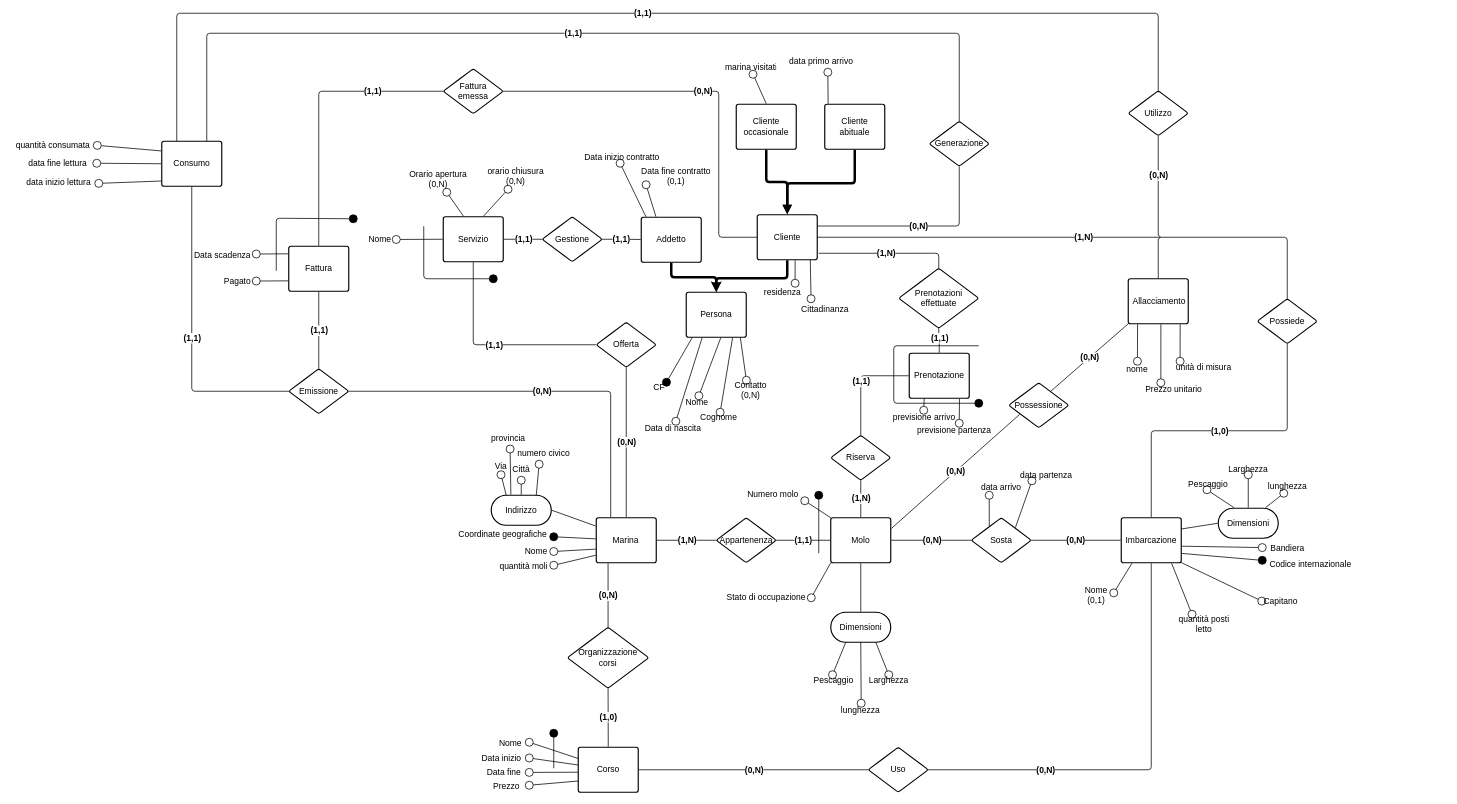
This is page "Concettuale" (1 of 3) of src_relazione_tex/Er.drawio from alessandro-massarenti/Progetto-basi-di-dati-2022, a draw.io file, before an edit. Source tidied: cells renumbered, new cells numbered last; positions are measured from the earlier drawing's top-left corner, leaving out a move shared by most shapes. Both pictures are drawn from the tidied source at 50%, with x=0, y=0 at pixel (8, 13).
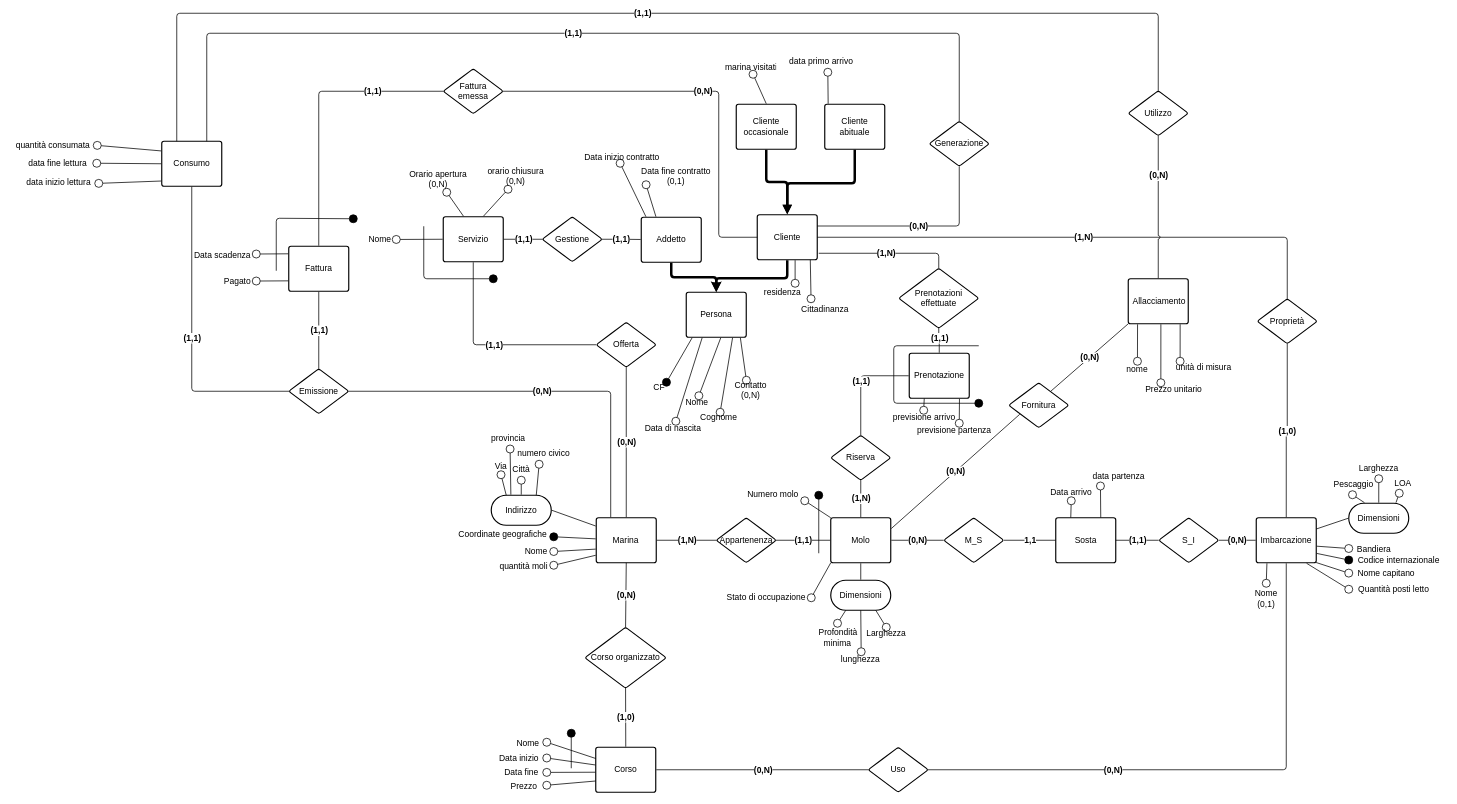
The same diagram, later.

The change refers to these unchanged cells:
```xml
<mxCell id="41" value="Marina" style="html=1;overflow=block;blockSpacing=1;fontSize=17;fontColor=#000000;spacing=9;strokeColor=#000000;strokeOpacity=100;rounded=1;absoluteArcSize=1;arcSize=9;strokeWidth=2.3;" parent="1" vertex="1">
  <mxGeometry x="1175" y="1009" width="120" height="90" as="geometry" />
</mxCell>
<mxCell id="42" value="Molo" style="html=1;overflow=block;blockSpacing=1;whiteSpace=wrap;fontSize=17;fontColor=#000000;spacing=9;strokeColor=#000000;strokeOpacity=100;rounded=1;absoluteArcSize=1;arcSize=9;strokeWidth=2.3;" parent="1" vertex="1">
  <mxGeometry x="1644" y="1009" width="120" height="90" as="geometry" />
</mxCell>
```

Diff of the diagram source:
```diff
@@
     <mxCell id="4" value="Codice internazionale" style="html=1;overflow=block;blockSpacing=1;whiteSpace=wrap;fontSize=17;fontColor=#000000;spacing=0;fillColor=none;strokeWidth=1.5;strokeColor=none;verticalAlign=middle;" parent="1" vertex="1">
-      <mxGeometry x="2507" y="1089" width="193" height="27" as="geometry" />
+      <mxGeometry x="2680" y="1080" width="200" height="27" as="geometry" />
     </mxCell>
@@
     <mxCell id="8" value="Data fine" style="html=1;overflow=block;blockSpacing=1;whiteSpace=wrap;fontSize=17;fontColor=#000000;spacing=0;fillColor=none;strokeWidth=1.5;strokeColor=none;" parent="1" vertex="1">
-      <mxGeometry x="940" y="1505" width="101" height="26" as="geometry" />
+      <mxGeometry x="975" y="1505" width="101" height="26" as="geometry" />
     </mxCell>
@@
-    <mxCell id="11" value="Capitano" style="html=1;overflow=block;blockSpacing=1;whiteSpace=wrap;fontSize=17;fontColor=#000000;spacing=0;fillColor=none;strokeWidth=1.5;strokeColor=none;" parent="1" vertex="1">
-      <mxGeometry x="2506" y="1163" width="76" height="27" as="geometry" />
+    <mxCell id="11" value="Nome capitano" style="html=1;overflow=block;blockSpacing=1;whiteSpace=wrap;fontSize=17;fontColor=#000000;spacing=0;fillColor=none;strokeWidth=1.5;strokeColor=none;" parent="1" vertex="1">
+      <mxGeometry x="2680" y="1107" width="150" height="27" as="geometry" />
     </mxCell>
     <mxCell id="12" value="Prezzo" style="html=1;overflow=block;blockSpacing=1;whiteSpace=wrap;fontSize=17;fontColor=#000000;spacing=0;fillColor=none;strokeWidth=1.5;strokeColor=none;" parent="1" vertex="1">
-      <mxGeometry x="950" y="1535" width="91" height="18" as="geometry" />
+      <mxGeometry x="985" y="1535" width="91" height="18" as="geometry" />
     </mxCell>
@@
-    <mxCell id="15" value="data arrivo" style="html=1;overflow=block;blockSpacing=1;whiteSpace=wrap;fontSize=17;fontColor=#000000;spacing=0;fillColor=none;strokeWidth=1.5;strokeColor=none;" parent="1" vertex="1">
-      <mxGeometry x="1940" y="934" width="90" height="30" as="geometry" />
+    <mxCell id="15" value="Data arrivo" style="html=1;overflow=block;blockSpacing=1;whiteSpace=wrap;fontSize=17;fontColor=#000000;spacing=0;fillColor=none;strokeWidth=1.5;strokeColor=none;" parent="1" vertex="1">
+      <mxGeometry x="2080" y="940" width="90" height="35" as="geometry" />
     </mxCell>
@@
-    <mxCell id="19" value="quantità posti letto" style="html=1;overflow=block;blockSpacing=1;whiteSpace=wrap;fontSize=17;fontColor=#000000;spacing=0;fillColor=none;strokeWidth=1.5;strokeColor=none;" parent="1" vertex="1">
-      <mxGeometry x="2322" y="1202" width="137" height="22" as="geometry" />
+    <mxCell id="19" value="Quantità posti letto" style="html=1;overflow=block;blockSpacing=1;whiteSpace=wrap;fontSize=17;fontColor=#000000;spacing=0;fillColor=none;strokeWidth=1.5;strokeColor=none;" parent="1" vertex="1">
+      <mxGeometry x="2680" y="1140" width="180" height="24" as="geometry" />
     </mxCell>
@@
     <mxCell id="26" value="Bandiera" style="html=1;overflow=block;blockSpacing=1;whiteSpace=wrap;fontSize=17;fontColor=#000000;spacing=0;fillColor=none;strokeWidth=1.5;strokeColor=none;" parent="1" vertex="1">
-      <mxGeometry x="2507" y="1050" width="101" height="39" as="geometry" />
+      <mxGeometry x="2680" y="1061" width="101" height="19" as="geometry" />
     </mxCell>
@@
     <mxCell id="29" value="Data inizio" style="html=1;overflow=block;blockSpacing=1;whiteSpace=wrap;fontSize=17;fontColor=#000000;spacing=0;fillColor=none;strokeWidth=1.5;strokeColor=none;" parent="1" vertex="1">
-      <mxGeometry x="930" y="1475" width="111" height="29" as="geometry" />
+      <mxGeometry x="965" y="1475" width="111" height="29" as="geometry" />
     </mxCell>
@@
     <mxCell id="31" value="Nome" style="overflow=block;blockSpacing=1;fontSize=17;fontColor=default;spacing=0;fillColor=none;strokeWidth=1.5;strokeColor=none;labelBackgroundColor=none;labelBorderColor=none;" parent="1" vertex="1">
-      <mxGeometry x="966" y="1448" width="75" height="20" as="geometry" />
+      <mxGeometry x="1001" y="1448" width="75" height="20" as="geometry" />
     </mxCell>
@@
     <mxCell id="34" value="Nome&#10;(0,1)" style="html=1;overflow=block;blockSpacing=1;whiteSpace=wrap;fontSize=17;fontColor=#000000;spacing=0;fillColor=none;strokeWidth=1.5;strokeColor=none;" parent="1" vertex="1">
-      <mxGeometry x="2140" y="1144" width="70" height="40" as="geometry" />
+      <mxGeometry x="2480" y="1140" width="70" height="61" as="geometry" />
     </mxCell>
@@
     <mxCell id="36" value="data partenza" style="html=1;overflow=block;blockSpacing=1;whiteSpace=wrap;fontSize=17;fontColor=#000000;spacing=0;fillColor=none;strokeWidth=1.5;strokeColor=none;" parent="1" vertex="1">
-      <mxGeometry x="2015" y="912" width="120" height="23" as="geometry" />
+      <mxGeometry x="2160" y="910" width="120" height="33" as="geometry" />
     </mxCell>
@@
     <mxCell id="40" value="lunghezza" style="html=1;overflow=block;blockSpacing=1;whiteSpace=wrap;fontSize=17;fontColor=#000000;spacing=0;fillColor=none;strokeWidth=1.5;strokeColor=none;" parent="1" vertex="1">
-      <mxGeometry x="1655" y="1380" width="97" height="29" as="geometry" />
+      <mxGeometry x="1655" y="1277" width="97" height="29" as="geometry" />
     </mxCell>
@@
     <mxCell id="44" value="Imbarcazione" style="html=1;overflow=block;blockSpacing=1;whiteSpace=wrap;fontSize=17;fontColor=#000000;spacing=9;strokeColor=#000000;strokeOpacity=100;rounded=1;absoluteArcSize=1;arcSize=9;strokeWidth=2.3;" parent="1" vertex="1">
-      <mxGeometry x="2225" y="1009" width="120" height="90" as="geometry" />
+      <mxGeometry x="2495" y="1009" width="120" height="90" as="geometry" />
     </mxCell>
@@
     <mxCell id="48" value="Corso" style="html=1;overflow=block;blockSpacing=1;whiteSpace=wrap;fontSize=17;fontColor=#000000;spacing=9;strokeColor=#000000;strokeOpacity=100;rounded=1;absoluteArcSize=1;arcSize=9;strokeWidth=2.3;" parent="1" vertex="1">
-      <mxGeometry x="1139" y="1468" width="120" height="90" as="geometry" />
+      <mxGeometry x="1174" y="1468" width="120" height="90" as="geometry" />
     </mxCell>
@@
     <mxCell id="54" value="Dimensioni" style="html=1;overflow=block;blockSpacing=1;whiteSpace=wrap;rounded=1;arcSize=50;fontSize=17;fontColor=#000000;spacing=3.8;strokeColor=#000000;strokeOpacity=100;strokeWidth=2.3;" parent="1" vertex="1">
-      <mxGeometry x="1644" y="1198" width="120" height="60" as="geometry" />
+      <mxGeometry x="1644" y="1134" width="120" height="60" as="geometry" />
     </mxCell>
@@
-    <mxCell id="56" value="Pescaggio" style="html=1;overflow=block;blockSpacing=1;whiteSpace=wrap;fontSize=17;fontColor=#000000;spacing=0;strokeOpacity=0;fillOpacity=0;rounded=1;absoluteArcSize=1;arcSize=9;fillColor=none;strokeWidth=2.3;" parent="1" vertex="1">
-      <mxGeometry x="1610" y="1323" width="75" height="23" as="geometry" />
+    <mxCell id="56" value="Profondità minima" style="html=1;overflow=block;blockSpacing=1;whiteSpace=wrap;fontSize=17;fontColor=#000000;spacing=0;strokeOpacity=0;fillOpacity=0;rounded=1;absoluteArcSize=1;arcSize=9;fillColor=none;strokeWidth=2.3;" parent="1" vertex="1">
+      <mxGeometry x="1620" y="1220" width="75" height="57" as="geometry" />
     </mxCell>
     <mxCell id="57" value="Larghezza" style="html=1;overflow=block;blockSpacing=1;whiteSpace=wrap;fontSize=17;fontColor=#000000;spacing=0;strokeOpacity=0;fillOpacity=0;rounded=1;absoluteArcSize=1;arcSize=9;fillColor=none;strokeWidth=2.3;" parent="1" vertex="1">
-      <mxGeometry x="1715" y="1323" width="90" height="23" as="geometry" />
+      <mxGeometry x="1710" y="1228" width="90" height="23" as="geometry" />
     </mxCell>
@@
-    <mxCell id="71" style="html=1;jettySize=18;whiteSpace=wrap;fontSize=17;strokeColor=#000000;strokeWidth=1.5;rounded=1;arcSize=12;startArrow=none;endArrow=oval;endFill=1;endSize=16;exitX=1.009;exitY=0.793;exitPerimeter=0;" parent="1" edge="1" source="44" target="4">
+    <mxCell id="71" style="html=1;jettySize=18;whiteSpace=wrap;fontSize=17;strokeColor=#000000;strokeWidth=1.5;rounded=1;arcSize=12;startArrow=none;endArrow=oval;endFill=1;endSize=16;exitX=1.009;exitY=0.793;exitPerimeter=0;entryX=0;entryY=0.5;entryDx=0;entryDy=0;" parent="1" edge="1" source="44" target="4">
       <mxGeometry relative="1" as="geometry" />
     </mxCell>
-    <mxCell id="72" value="lunghezza" style="html=1;overflow=block;blockSpacing=1;whiteSpace=wrap;fontSize=17;fontColor=#000000;spacing=0;fillColor=none;strokeWidth=1.5;strokeColor=none;" parent="1" vertex="1">
-      <mxGeometry x="2509" y="931" width="97" height="29" as="geometry" />
+    <mxCell id="72" value="LOA" style="html=1;overflow=block;blockSpacing=1;whiteSpace=wrap;fontSize=17;fontColor=#000000;spacing=0;fillColor=none;strokeWidth=1.5;strokeColor=none;" parent="1" vertex="1">
+      <mxGeometry x="2740" y="920" width="97" height="40" as="geometry" />
     </mxCell>
     <mxCell id="73" value="Dimensioni" style="html=1;overflow=block;blockSpacing=1;whiteSpace=wrap;rounded=1;arcSize=50;fontSize=17;fontColor=#000000;spacing=3.8;strokeColor=#000000;strokeOpacity=100;strokeWidth=2.3;" parent="1" vertex="1">
-      <mxGeometry x="2419" y="990" width="120" height="60" as="geometry" />
+      <mxGeometry x="2680" y="980" width="120" height="60" as="geometry" />
     </mxCell>
@@
     <mxCell id="75" value="Pescaggio" style="html=1;overflow=block;blockSpacing=1;whiteSpace=wrap;fontSize=17;fontColor=#000000;spacing=0;strokeOpacity=0;fillOpacity=0;rounded=1;absoluteArcSize=1;arcSize=9;fillColor=none;strokeWidth=2.3;" parent="1" vertex="1">
-      <mxGeometry x="2359" y="930" width="75" height="23" as="geometry" />
+      <mxGeometry x="2650" y="923" width="75" height="40" as="geometry" />
     </mxCell>
     <mxCell id="76" value="Larghezza" style="html=1;overflow=block;blockSpacing=1;whiteSpace=wrap;fontSize=17;fontColor=#000000;spacing=0;strokeOpacity=0;fillOpacity=0;rounded=1;absoluteArcSize=1;arcSize=9;fillColor=none;strokeWidth=2.3;" parent="1" vertex="1">
-      <mxGeometry x="2434" y="900" width="90" height="23" as="geometry" />
+      <mxGeometry x="2695" y="890" width="90" height="41" as="geometry" />
     </mxCell>
@@
-    <mxCell id="80" style="html=1;jettySize=18;whiteSpace=wrap;fontSize=17;strokeColor=#000000;strokeWidth=1.5;rounded=1;arcSize=12;startArrow=none;endArrow=oval;endFill=0;endSize=16;exitX=0.178;exitY=1.012;exitPerimeter=0;entryX=1;entryY=0.381;entryPerimeter=0;" parent="1" edge="1" source="44" target="34">
+    <mxCell id="80" style="html=1;jettySize=18;whiteSpace=wrap;fontSize=17;strokeColor=#000000;strokeWidth=1.5;rounded=1;arcSize=12;startArrow=none;endArrow=oval;endFill=0;endSize=16;exitX=0.178;exitY=1.012;exitPerimeter=0;entryX=0.5;entryY=0;entryDx=0;entryDy=0;" parent="1" edge="1" source="44" target="34">
       <mxGeometry relative="1" as="geometry" />
     </mxCell>
@@
-    <mxCell id="101" value="Organizzazione corsi" style="html=1;overflow=block;blockSpacing=1;whiteSpace=wrap;rhombus;fontSize=17;fontColor=#000000;spacing=3.8;strokeColor=#000000;strokeOpacity=100;rounded=1;absoluteArcSize=1;arcSize=9;strokeWidth=2.3;" parent="1" vertex="1">
-      <mxGeometry x="1117.3" y="1228" width="162.7" height="122" as="geometry" />
+    <mxCell id="101" value="Corso organizzato" style="html=1;overflow=block;blockSpacing=1;whiteSpace=wrap;rhombus;fontSize=17;fontColor=#000000;spacing=3.8;strokeColor=#000000;strokeOpacity=100;rounded=1;absoluteArcSize=1;arcSize=9;strokeWidth=2.3;" parent="1" vertex="1">
+      <mxGeometry x="1152.3" y="1228" width="162.7" height="122" as="geometry" />
     </mxCell>
-    <mxCell id="102" style="html=1;jettySize=18;whiteSpace=wrap;fontSize=17;fontColor=#000000;fontStyle=1;strokeColor=#000000;strokeWidth=1.5;rounded=0;startArrow=none;endArrow=none;exitX=0.5;exitY=0.004;exitPerimeter=0;entryX=0.197;entryY=1.012;entryPerimeter=0;" parent="1" edge="1" source="101" target="41">
+    <mxCell id="102" style="html=1;jettySize=18;whiteSpace=wrap;fontSize=17;fontColor=#000000;fontStyle=1;strokeColor=#000000;strokeWidth=1.5;rounded=0;startArrow=none;endArrow=none;exitX=0.5;exitY=0.004;exitPerimeter=0;entryX=0.5;entryY=1;entryDx=0;entryDy=0;" parent="1" edge="1" source="101" target="41">
       <mxGeometry relative="1" as="geometry" />
     </mxCell>
@@
-    <mxCell id="106" value="Sosta" style="html=1;overflow=block;blockSpacing=1;whiteSpace=wrap;rhombus;fontSize=17;fontColor=#000000;spacing=3.8;strokeColor=#000000;strokeOpacity=100;rounded=1;absoluteArcSize=1;arcSize=9;strokeWidth=2.3;" parent="1" vertex="1">
-      <mxGeometry x="1925" y="1009" width="120" height="90" as="geometry" />
-    </mxCell>
-    <mxCell id="107" style="html=1;jettySize=18;whiteSpace=wrap;fontSize=17;strokeColor=#000000;strokeWidth=1.5;rounded=1;arcSize=12;edgeStyle=orthogonalEdgeStyle;startArrow=none;endArrow=none;exitX=1.009;exitY=0.5;exitPerimeter=0;entryX=0.009;entryY=0.5;entryPerimeter=0;" parent="1" edge="1" source="42" target="106">
+    <mxCell id="107" style="html=1;jettySize=18;whiteSpace=wrap;fontSize=17;strokeColor=#000000;strokeWidth=1.5;rounded=1;arcSize=12;edgeStyle=orthogonalEdgeStyle;startArrow=none;endArrow=none;exitX=1.009;exitY=0.5;exitPerimeter=0;entryX=0;entryY=0.5;entryDx=0;entryDy=0;" parent="1" edge="1" source="42" target="206">
       <mxGeometry relative="1" as="geometry" />
     </mxCell>
@@
-    <mxCell id="109" style="html=1;jettySize=18;whiteSpace=wrap;fontSize=17;strokeColor=#000000;strokeWidth=1.5;rounded=1;arcSize=12;edgeStyle=orthogonalEdgeStyle;startArrow=none;endArrow=none;exitX=-0.009;exitY=0.5;exitPerimeter=0;entryX=0.991;entryY=0.5;entryPerimeter=0;" parent="1" edge="1" source="44" target="106">
+    <mxCell id="109" style="html=1;jettySize=18;whiteSpace=wrap;fontSize=17;strokeColor=#000000;strokeWidth=1.5;rounded=1;arcSize=12;edgeStyle=orthogonalEdgeStyle;startArrow=none;endArrow=none;exitX=-0.009;exitY=0.5;exitPerimeter=0;" parent="1" edge="1" source="44" target="203">
       <mxGeometry relative="1" as="geometry" />
     </mxCell>
@@
-    <mxCell id="111" style="html=1;jettySize=18;whiteSpace=wrap;fontSize=17;strokeColor=#000000;strokeWidth=1.5;rounded=1;arcSize=12;startArrow=none;endArrow=oval;endFill=0;endSize=16;exitX=0.735;exitY=0.22;exitPerimeter=0;entryX=0.261;entryY=1;entryPerimeter=0;" parent="1" edge="1" source="106" target="36">
+    <mxCell id="111" style="html=1;jettySize=18;whiteSpace=wrap;fontSize=17;strokeColor=#000000;strokeWidth=1.5;rounded=1;arcSize=12;startArrow=none;endArrow=oval;endFill=0;endSize=16;exitX=0.75;exitY=0;exitDx=0;exitDy=0;entryX=0.195;entryY=1.076;entryDx=0;entryDy=0;entryPerimeter=0;" parent="1" edge="1" source="106" target="36">
       <mxGeometry relative="1" as="geometry" />
     </mxCell>
-    <mxCell id="112" style="html=1;jettySize=18;whiteSpace=wrap;fontSize=17;strokeColor=#000000;strokeWidth=1.5;rounded=1;arcSize=12;startArrow=none;endArrow=oval;endFill=0;endSize=16;exitX=0.3;exitY=0.185;exitPerimeter=0;entryX=0.233;entryY=1;entryPerimeter=0;" parent="1" edge="1" source="106" target="15">
+    <mxCell id="112" style="html=1;jettySize=18;whiteSpace=wrap;fontSize=17;strokeColor=#000000;strokeWidth=1.5;rounded=1;arcSize=12;startArrow=none;endArrow=oval;endFill=0;endSize=16;exitX=0.25;exitY=0;exitDx=0;exitDy=0;entryX=0.5;entryY=1;entryDx=0;entryDy=0;" parent="1" edge="1" source="106" target="15">
       <mxGeometry relative="1" as="geometry" />
     </mxCell>
@@
-    <mxCell id="131" value="Possessione" style="html=1;overflow=block;blockSpacing=1;whiteSpace=wrap;rhombus;fontSize=17;fontColor=#000000;spacing=3.8;strokeColor=#000000;strokeOpacity=100;rounded=1;absoluteArcSize=1;arcSize=9;strokeWidth=2.3;" parent="1" vertex="1">
+    <mxCell id="131" value="Fornitura" style="html=1;overflow=block;blockSpacing=1;whiteSpace=wrap;rhombus;fontSize=17;fontColor=#000000;spacing=3.8;strokeColor=#000000;strokeOpacity=100;rounded=1;absoluteArcSize=1;arcSize=9;strokeWidth=2.3;" parent="1" vertex="1">
       <mxGeometry x="2000" y="739" width="120" height="90" as="geometry" />
     </mxCell>
@@
-    <mxCell id="142" style="html=1;jettySize=18;whiteSpace=wrap;fontSize=17;strokeColor=#000000;strokeWidth=1.5;rounded=1;arcSize=12;startArrow=none;endArrow=oval;endFill=0;endSize=16;exitX=1.009;exitY=0.632;exitPerimeter=0;" parent="1" edge="1" source="44" target="26">
+    <mxCell id="142" style="html=1;jettySize=18;whiteSpace=wrap;fontSize=17;strokeColor=#000000;strokeWidth=1.5;rounded=1;arcSize=12;startArrow=none;endArrow=oval;endFill=0;endSize=16;exitX=1.009;exitY=0.632;exitPerimeter=0;entryX=0;entryY=0.5;entryDx=0;entryDy=0;" parent="1" edge="1" source="44" target="26">
       <mxGeometry relative="1" as="geometry" />
     </mxCell>
@@
-    <mxCell id="144" style="html=1;jettySize=18;whiteSpace=wrap;fontSize=17;strokeColor=#000000;strokeWidth=1.5;rounded=1;arcSize=12;startArrow=none;endArrow=oval;endFill=0;endSize=16;exitX=0.839;exitY=1.012;exitPerimeter=0;entryX=0.325;entryY=0;entryPerimeter=0;" parent="1" edge="1" source="44" target="19">
+    <mxCell id="144" style="html=1;jettySize=18;whiteSpace=wrap;fontSize=17;strokeColor=#000000;strokeWidth=1.5;rounded=1;arcSize=12;startArrow=none;endArrow=oval;endFill=0;endSize=16;exitX=0.839;exitY=1.012;exitPerimeter=0;entryX=0;entryY=0.5;entryDx=0;entryDy=0;" parent="1" edge="1" source="44" target="19">
       <mxGeometry relative="1" as="geometry" />
     </mxCell>
@@
-    <mxCell id="161" value="Possiede" style="html=1;overflow=block;blockSpacing=1;whiteSpace=wrap;rhombus;fontSize=17;fontColor=#000000;spacing=3.8;strokeColor=#000000;strokeOpacity=100;rounded=1;absoluteArcSize=1;arcSize=9;strokeWidth=2.3;" parent="1" vertex="1">
+    <mxCell id="161" value="Proprietà" style="html=1;overflow=block;blockSpacing=1;whiteSpace=wrap;rhombus;fontSize=17;fontColor=#000000;spacing=3.8;strokeColor=#000000;strokeOpacity=100;rounded=1;absoluteArcSize=1;arcSize=9;strokeWidth=2.3;" parent="1" vertex="1">
       <mxGeometry x="2497" y="571" width="120" height="90" as="geometry" />
     </mxCell>
@@
     <mxCell id="198" style="html=1;jettySize=18;whiteSpace=wrap;fontSize=17;strokeColor=#000000;strokeWidth=1.5;rounded=1;arcSize=12;startArrow=none;endArrow=oval;endFill=1;endSize=16;" parent="1" edge="1">
       <mxGeometry relative="1" as="geometry">
-        <mxPoint x="1090" y="1510" as="sourcePoint" />
-        <mxPoint x="1090" y="1440" as="targetPoint" />
+        <mxPoint x="1125" y="1510" as="sourcePoint" />
+        <mxPoint x="1125" y="1440" as="targetPoint" />
       </mxGeometry>
     </mxCell>
@@
+    <mxCell id="106" value="Sosta" style="html=1;overflow=block;blockSpacing=1;whiteSpace=wrap;fontSize=17;fontColor=#000000;spacing=9;strokeColor=#000000;strokeOpacity=100;rounded=1;absoluteArcSize=1;arcSize=9;strokeWidth=2.3;" parent="1" vertex="1">
+      <mxGeometry x="2094" y="1009" width="120" height="90" as="geometry" />
+    </mxCell>
+    <mxCell id="203" value="S_I" style="html=1;overflow=block;blockSpacing=1;whiteSpace=wrap;rhombus;fontSize=17;fontColor=#000000;spacing=3.8;strokeColor=#000000;strokeOpacity=100;rounded=1;absoluteArcSize=1;arcSize=9;strokeWidth=2.3;" parent="1" vertex="1">
+      <mxGeometry x="2300" y="1009" width="120" height="90" as="geometry" />
+    </mxCell>
+    <mxCell id="204" style="html=1;jettySize=18;whiteSpace=wrap;fontSize=17;strokeColor=#000000;strokeWidth=1.5;rounded=1;arcSize=12;edgeStyle=orthogonalEdgeStyle;startArrow=none;endArrow=none;exitX=1;exitY=0.5;exitDx=0;exitDy=0;" parent="1" edge="1" source="106">
+      <mxGeometry relative="1" as="geometry">
+        <mxPoint x="2300" y="1054" as="targetPoint" />
+      </mxGeometry>
+    </mxCell>
+    <mxCell id="205" value="(1,1)" style="text;html=1;labelBackgroundColor=default;align=center;verticalAlign=middle;fontStyle=1;fontColor=#000000;fontSize=17;" parent="204" vertex="1">
+      <mxGeometry relative="1" as="geometry" />
+    </mxCell>
+    <mxCell id="206" value="M_S" style="html=1;overflow=block;blockSpacing=1;whiteSpace=wrap;rhombus;fontSize=17;fontColor=#000000;spacing=3.8;strokeColor=#000000;strokeOpacity=100;rounded=1;absoluteArcSize=1;arcSize=9;strokeWidth=2.3;" parent="1" vertex="1">
+      <mxGeometry x="1870" y="1009" width="120" height="90" as="geometry" />
+    </mxCell>
+    <mxCell id="207" style="html=1;jettySize=18;whiteSpace=wrap;fontSize=17;strokeColor=#000000;strokeWidth=1.5;rounded=1;arcSize=12;edgeStyle=orthogonalEdgeStyle;startArrow=none;endArrow=none;exitX=1;exitY=0.5;exitDx=0;exitDy=0;entryX=0;entryY=0.5;entryDx=0;entryDy=0;" parent="1" edge="1" source="206" target="106">
+      <mxGeometry relative="1" as="geometry" />
+    </mxCell>
+    <mxCell id="208" value="1,1" style="text;html=1;labelBackgroundColor=default;align=center;verticalAlign=middle;fontStyle=1;fontColor=#000000;fontSize=17;" parent="207" vertex="1">
+      <mxGeometry relative="1" as="geometry" />
+    </mxCell>
```
